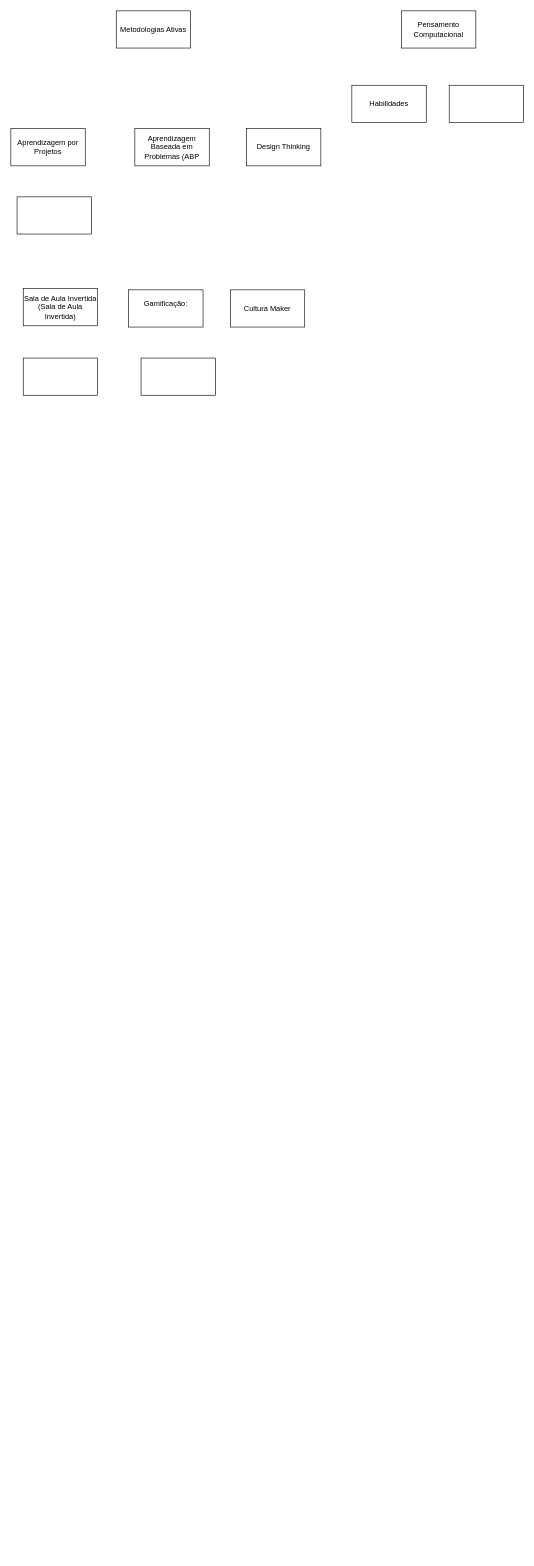
Above: Diagrama sem nome.drawio in RosianeSangali/RosianeSangali (draw.io), before the change. Source tidied: cells renumbered, new cells numbered last; positions are measured from the earlier drawing's top-left corner, leaving out a move shared by most shapes. Both pictures are drawn from the tidied source at 62%, with x=0, y=0 at pixel (11, 11).
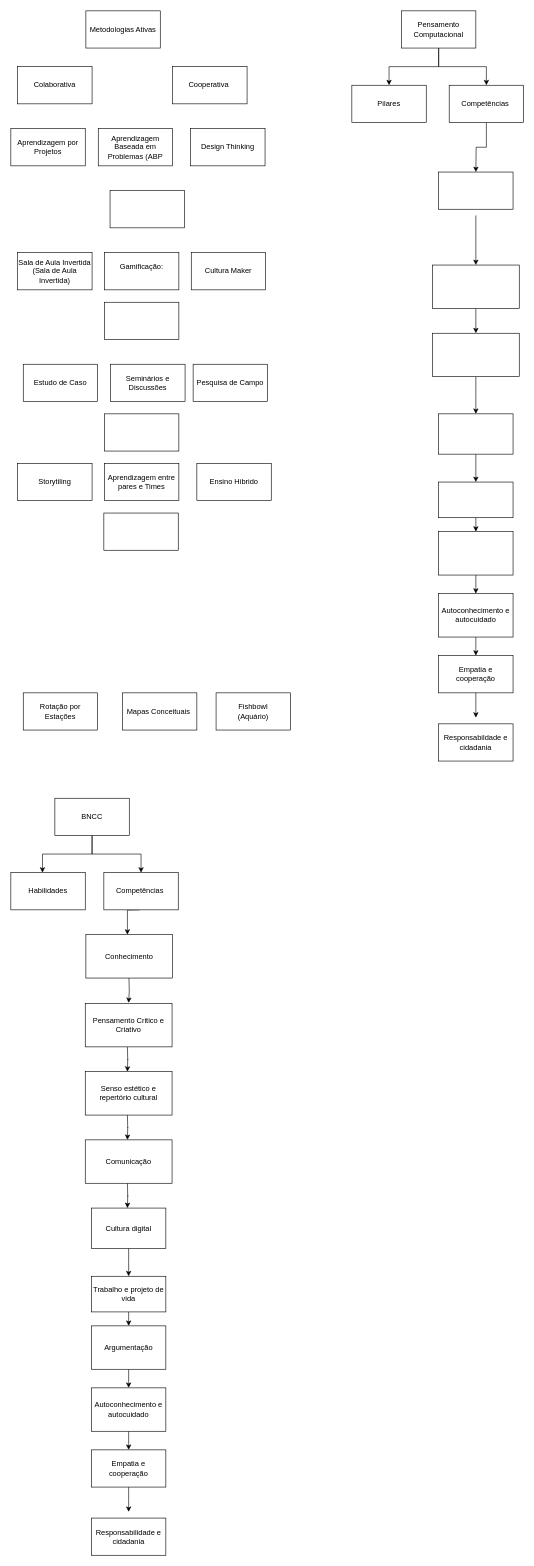
Above is the later version.

The change refers to these unchanged cells:
```xml
<mxCell id="3" value="Pensamento Computacional" style="rounded=0;whiteSpace=wrap;html=1;" parent="1" vertex="1">
  <mxGeometry x="630" width="120" height="60" as="geometry" />
</mxCell>
```

Diff of the diagram source:
```diff
@@
     <mxCell id="2" value="Metodologias Ativas" style="rounded=0;whiteSpace=wrap;html=1;" parent="1" vertex="1">
-      <mxGeometry x="170" width="120" height="60" as="geometry" />
+      <mxGeometry x="121" width="120" height="60" as="geometry" />
     </mxCell>
+    <mxCell id="15" style="edgeStyle=orthogonalEdgeStyle;rounded=0;jettySize=auto;html=1;" parent="1" edge="1" source="3" target="11">
+      <mxGeometry relative="1" as="geometry" />
+    </mxCell>
+    <mxCell id="16" style="edgeStyle=orthogonalEdgeStyle;rounded=0;jettySize=auto;html=1;entryX=0.5;entryY=0;entryDx=0;entryDy=0;" parent="1" edge="1" source="3" target="10">
+      <mxGeometry relative="1" as="geometry">
+        <Array as="points">
+          <mxPoint x="690" y="90" />
+          <mxPoint x="610" y="90" />
+        </Array>
+      </mxGeometry>
+    </mxCell>
@@
     <mxCell id="4" value="Aprendizagem Baseada em Problemas (ABP" style="rounded=0;whiteSpace=wrap;html=1;" parent="1" vertex="1">
-      <mxGeometry x="200" y="190" width="120" height="60" as="geometry" />
+      <mxGeometry x="141" y="190" width="120" height="60" as="geometry" />
     </mxCell>
@@
     <mxCell id="6" value="Sala de Aula Invertida (Sala de Aula Invertida)" style="rounded=0;whiteSpace=wrap;html=1;" parent="1" vertex="1">
-      <mxGeometry x="20" y="448" width="120" height="60" as="geometry" />
+      <mxGeometry x="11" y="390" width="120" height="60" as="geometry" />
     </mxCell>
     <mxCell id="7" value="&#10;Gamificação:&#10;&#10;" style="rounded=0;whiteSpace=wrap;html=1;" parent="1" vertex="1">
-      <mxGeometry x="190" y="450" width="120" height="60" as="geometry" />
+      <mxGeometry x="151" y="390" width="120" height="60" as="geometry" />
     </mxCell>
     <mxCell id="8" value="Design Thinking" style="rounded=0;whiteSpace=wrap;html=1;" parent="1" vertex="1">
-      <mxGeometry x="380" y="190" width="120" height="60" as="geometry" />
+      <mxGeometry x="290" y="190" width="120" height="60" as="geometry" />
     </mxCell>
     <mxCell id="9" value="Cultura Maker" style="rounded=0;whiteSpace=wrap;html=1;" parent="1" vertex="1">
-      <mxGeometry x="354" y="450" width="120" height="60" as="geometry" />
+      <mxGeometry x="291" y="390" width="120" height="60" as="geometry" />
     </mxCell>
-    <mxCell id="10" value="Habilidades" style="rounded=0;whiteSpace=wrap;html=1;" parent="1" vertex="1">
+    <mxCell id="10" value="Pilares" style="rounded=0;whiteSpace=wrap;html=1;" parent="1" vertex="1">
       <mxGeometry x="550" y="120" width="120" height="60" as="geometry" />
     </mxCell>
+    <mxCell id="17" style="edgeStyle=orthogonalEdgeStyle;rounded=0;jettySize=auto;html=1;" parent="1" edge="1" source="11">
+      <mxGeometry relative="1" as="geometry">
+        <mxPoint x="750" y="260" as="targetPoint" />
+      </mxGeometry>
+    </mxCell>
-    <mxCell id="11" style="rounded=0;whiteSpace=wrap;html=1;" parent="1" vertex="1">
+    <mxCell id="11" value="Competências&amp;nbsp;" style="rounded=0;whiteSpace=wrap;html=1;" parent="1" vertex="1">
       <mxGeometry x="707" y="120" width="120" height="60" as="geometry" />
     </mxCell>
     <mxCell id="12" style="rounded=0;whiteSpace=wrap;html=1;" parent="1" vertex="1">
-      <mxGeometry x="10" y="300" width="120" height="60" as="geometry" />
+      <mxGeometry x="160" y="290" width="120" height="60" as="geometry" />
     </mxCell>
-    <mxCell id="13" style="rounded=0;whiteSpace=wrap;html=1;" parent="1" vertex="1">
-      <mxGeometry x="20" y="560" width="120" height="60" as="geometry" />
+    <mxCell id="13" value="Estudo de Caso" style="rounded=0;whiteSpace=wrap;html=1;" parent="1" vertex="1">
+      <mxGeometry x="20" y="570" width="120" height="60" as="geometry" />
     </mxCell>
     <mxCell id="14" style="rounded=0;whiteSpace=wrap;html=1;" parent="1" vertex="1">
-      <mxGeometry x="210" y="560" width="120" height="60" as="geometry" />
+      <mxGeometry x="151" y="470" width="120" height="60" as="geometry" />
     </mxCell>
+    <mxCell id="18" value="Seminários e Discussões" style="rounded=0;whiteSpace=wrap;html=1;" parent="1" vertex="1">
+      <mxGeometry x="161" y="570" width="120" height="60" as="geometry" />
+    </mxCell>
+    <mxCell id="19" value="Pesquisa de Campo" style="rounded=0;whiteSpace=wrap;html=1;" parent="1" vertex="1">
+      <mxGeometry x="294" y="570" width="120" height="60" as="geometry" />
+    </mxCell>
+    <mxCell id="20" style="rounded=0;whiteSpace=wrap;html=1;" parent="1" vertex="1">
+      <mxGeometry x="151" y="650" width="120" height="60" as="geometry" />
+    </mxCell>
+    <mxCell id="21" value="Storytiling" style="rounded=0;whiteSpace=wrap;html=1;" parent="1" vertex="1">
+      <mxGeometry x="11" y="730" width="120" height="60" as="geometry" />
+    </mxCell>
+    <mxCell id="22" value="Aprendizagem entre pares e Times" style="rounded=0;whiteSpace=wrap;html=1;" parent="1" vertex="1">
+      <mxGeometry x="151" y="730" width="120" height="60" as="geometry" />
+    </mxCell>
+    <mxCell id="23" value="Ensino Hibrido" style="rounded=0;whiteSpace=wrap;html=1;" parent="1" vertex="1">
+      <mxGeometry x="300" y="730" width="120" height="60" as="geometry" />
+    </mxCell>
+    <mxCell id="24" style="rounded=0;whiteSpace=wrap;html=1;" parent="1" vertex="1">
+      <mxGeometry x="150" y="810" width="120" height="60" as="geometry" />
+    </mxCell>
+    <mxCell id="25" value="Rotação por Estações" style="rounded=0;whiteSpace=wrap;html=1;" parent="1" vertex="1">
+      <mxGeometry x="20" y="1100" width="120" height="60" as="geometry" />
+    </mxCell>
+    <mxCell id="26" value="Mapas Conceituais&amp;nbsp;" style="rounded=0;whiteSpace=wrap;html=1;" parent="1" vertex="1">
+      <mxGeometry x="180" y="1100" width="120" height="60" as="geometry" />
+    </mxCell>
+    <mxCell id="27" value="Fishbowl&lt;div&gt;(Aquário)&lt;/div&gt;" style="rounded=0;whiteSpace=wrap;html=1;" parent="1" vertex="1">
+      <mxGeometry x="331" y="1100" width="120" height="60" as="geometry" />
+    </mxCell>
+    <mxCell id="28" style="edgeStyle=orthogonalEdgeStyle;rounded=0;orthogonalLoop=1;jettySize=auto;html=1;" parent="1" edge="1">
+      <mxGeometry relative="1" as="geometry">
+        <mxPoint x="750" y="330" as="sourcePoint" />
+        <mxPoint x="750" y="410" as="targetPoint" />
+      </mxGeometry>
+    </mxCell>
+    <mxCell id="29" style="edgeStyle=orthogonalEdgeStyle;rounded=0;jettySize=auto;html=1;" parent="1" edge="1" source="30">
+      <mxGeometry relative="1" as="geometry">
+        <mxPoint x="750" y="520" as="targetPoint" />
+      </mxGeometry>
+    </mxCell>
+    <mxCell id="30" value="&lt;p class=&quot;MsoNormal&quot;&gt;&lt;br&gt;&lt;/p&gt;" style="rounded=0;whiteSpace=wrap;html=1;" parent="1" vertex="1">
+      <mxGeometry x="680" y="410" width="140" height="70" as="geometry" />
+    </mxCell>
+    <mxCell id="31" style="edgeStyle=orthogonalEdgeStyle;rounded=0;jettySize=auto;html=1;" parent="1" edge="1" source="32">
+      <mxGeometry relative="1" as="geometry">
+        <mxPoint x="750" y="650" as="targetPoint" />
+      </mxGeometry>
+    </mxCell>
+    <mxCell id="32" value="&lt;p class=&quot;MsoNormal&quot;&gt;&lt;br&gt;&lt;/p&gt;" style="rounded=0;whiteSpace=wrap;html=1;" parent="1" vertex="1">
+      <mxGeometry x="680" y="520" width="140" height="70" as="geometry" />
+    </mxCell>
+    <mxCell id="33" style="edgeStyle=orthogonalEdgeStyle;rounded=0;jettySize=auto;html=1;" parent="1" edge="1" source="34">
+      <mxGeometry relative="1" as="geometry">
+        <mxPoint x="750" y="760" as="targetPoint" />
+      </mxGeometry>
+    </mxCell>
+    <mxCell id="34" value="&lt;p class=&quot;MsoNormal&quot;&gt;&lt;br&gt;&lt;/p&gt;" style="whiteSpace=wrap;html=1;rounded=0;" parent="1" vertex="1">
+      <mxGeometry x="690" y="650" width="120" height="65" as="geometry" />
+    </mxCell>
+    <mxCell id="35" style="edgeStyle=orthogonalEdgeStyle;rounded=0;jettySize=auto;html=1;" parent="1" edge="1" source="36">
+      <mxGeometry relative="1" as="geometry">
+        <mxPoint x="750" y="840" as="targetPoint" />
+      </mxGeometry>
+    </mxCell>
+    <mxCell id="36" value="&lt;p class=&quot;MsoNormal&quot;&gt;&lt;br&gt;&lt;/p&gt;" style="whiteSpace=wrap;html=1;rounded=0;" parent="1" vertex="1">
+      <mxGeometry x="690" y="760" width="120" height="57.5" as="geometry" />
+    </mxCell>
+    <mxCell id="37" style="edgeStyle=orthogonalEdgeStyle;rounded=0;jettySize=auto;html=1;" parent="1" edge="1" source="38">
+      <mxGeometry relative="1" as="geometry">
+        <mxPoint x="750" y="940" as="targetPoint" />
+      </mxGeometry>
+    </mxCell>
+    <mxCell id="38" value="&lt;p class=&quot;MsoNormal&quot;&gt;&lt;br&gt;&lt;/p&gt;" style="whiteSpace=wrap;html=1;rounded=0;" parent="1" vertex="1">
+      <mxGeometry x="690" y="840" width="120" height="70" as="geometry" />
+    </mxCell>
+    <mxCell id="39" style="edgeStyle=orthogonalEdgeStyle;rounded=0;jettySize=auto;html=1;" parent="1" edge="1" source="40">
+      <mxGeometry relative="1" as="geometry">
+        <mxPoint x="750" y="1040" as="targetPoint" />
+      </mxGeometry>
+    </mxCell>
+    <mxCell id="40" value="&lt;p class=&quot;MsoNormal&quot;&gt;Autoconhecimento e autocuidado&lt;/p&gt;" style="whiteSpace=wrap;html=1;rounded=0;" parent="1" vertex="1">
+      <mxGeometry x="690" y="940" width="120" height="70" as="geometry" />
+    </mxCell>
+    <mxCell id="41" style="edgeStyle=orthogonalEdgeStyle;rounded=0;jettySize=auto;html=1;" parent="1" edge="1" source="42">
+      <mxGeometry relative="1" as="geometry">
+        <mxPoint x="750" y="1140" as="targetPoint" />
+      </mxGeometry>
+    </mxCell>
+    <mxCell id="42" value="&lt;p class=&quot;MsoNormal&quot;&gt;Empatia e cooperação&lt;/p&gt;" style="whiteSpace=wrap;html=1;rounded=0;" parent="1" vertex="1">
+      <mxGeometry x="690" y="1040" width="120" height="60" as="geometry" />
+    </mxCell>
+    <mxCell id="43" value="&lt;p class=&quot;MsoNormal&quot;&gt;Responsabildade e cidadania&lt;/p&gt;" style="whiteSpace=wrap;html=1;rounded=0;" parent="1" vertex="1">
+      <mxGeometry x="690" y="1150" width="120" height="60" as="geometry" />
+    </mxCell>
+    <mxCell id="44" value="Colaborativa" style="whiteSpace=wrap;html=1;rounded=0;" parent="1" vertex="1">
+      <mxGeometry x="11" y="90" width="120" height="60" as="geometry" />
+    </mxCell>
+    <mxCell id="45" value="Cooperativa&amp;nbsp;" style="whiteSpace=wrap;html=1;rounded=0;" parent="1" vertex="1">
+      <mxGeometry x="261" y="90" width="120" height="60" as="geometry" />
+    </mxCell>
+    <mxCell id="46" style="edgeStyle=orthogonalEdgeStyle;rounded=0;jettySize=auto;html=1;entryX=0.5;entryY=0;entryDx=0;entryDy=0;" parent="1" edge="1" source="48">
+      <mxGeometry relative="1" as="geometry">
+        <mxPoint x="51" y="1390" as="targetPoint" />
+        <Array as="points">
+          <mxPoint x="131" y="1360" />
+          <mxPoint x="51" y="1360" />
+        </Array>
+      </mxGeometry>
+    </mxCell>
+    <mxCell id="47" style="edgeStyle=orthogonalEdgeStyle;rounded=0;jettySize=auto;html=1;entryX=0.5;entryY=0;entryDx=0;entryDy=0;" parent="1" edge="1" source="48" target="66">
+      <mxGeometry relative="1" as="geometry" />
+    </mxCell>
+    <mxCell id="48" value="BNCC" style="rounded=0;whiteSpace=wrap;html=1;" parent="1" vertex="1">
+      <mxGeometry x="71" y="1270" width="120" height="60" as="geometry" />
+    </mxCell>
+    <mxCell id="49" style="edgeStyle=orthogonalEdgeStyle;rounded=0;orthogonalLoop=1;jettySize=auto;html=1;" parent="1" edge="1">
+      <mxGeometry relative="1" as="geometry">
+        <mxPoint x="208" y="1450" as="sourcePoint" />
+        <mxPoint x="188" y="1490" as="targetPoint" />
+      </mxGeometry>
+    </mxCell>
+    <mxCell id="50" style="edgeStyle=orthogonalEdgeStyle;rounded=0;orthogonalLoop=1;jettySize=auto;html=1;" parent="1" edge="1">
+      <mxGeometry relative="1" as="geometry">
+        <mxPoint x="190.5" y="1560" as="sourcePoint" />
+        <mxPoint x="190" y="1600" as="targetPoint" />
+      </mxGeometry>
+    </mxCell>
+    <mxCell id="51" style="edgeStyle=orthogonalEdgeStyle;rounded=0;orthogonalLoop=1;jettySize=auto;html=1;" parent="1" edge="1">
+      <mxGeometry relative="1" as="geometry">
+        <mxPoint x="188" y="1671" as="sourcePoint" />
+        <mxPoint x="188" y="1711" as="targetPoint" />
+      </mxGeometry>
+    </mxCell>
+    <mxCell id="52" style="edgeStyle=orthogonalEdgeStyle;rounded=0;orthogonalLoop=1;jettySize=auto;html=1;" parent="1" edge="1">
+      <mxGeometry relative="1" as="geometry">
+        <mxPoint x="188" y="1781" as="sourcePoint" />
+        <mxPoint x="188" y="1821" as="targetPoint" />
+      </mxGeometry>
+    </mxCell>
+    <mxCell id="53" style="edgeStyle=orthogonalEdgeStyle;rounded=0;orthogonalLoop=1;jettySize=auto;html=1;" parent="1" edge="1">
+      <mxGeometry relative="1" as="geometry">
+        <mxPoint x="188" y="1891" as="sourcePoint" />
+        <mxPoint x="188" y="1931" as="targetPoint" />
+      </mxGeometry>
+    </mxCell>
+    <mxCell id="54" style="edgeStyle=orthogonalEdgeStyle;rounded=0;jettySize=auto;html=1;" parent="1" edge="1" source="55">
+      <mxGeometry relative="1" as="geometry">
+        <mxPoint x="190" y="2041" as="targetPoint" />
+      </mxGeometry>
+    </mxCell>
+    <mxCell id="55" value="&lt;p class=&quot;MsoNormal&quot;&gt;Cultura digital&lt;/p&gt;" style="whiteSpace=wrap;html=1;rounded=0;" parent="1" vertex="1">
+      <mxGeometry x="130" y="1931" width="120" height="65" as="geometry" />
+    </mxCell>
+    <mxCell id="56" style="edgeStyle=orthogonalEdgeStyle;rounded=0;jettySize=auto;html=1;" parent="1" edge="1" source="57">
+      <mxGeometry relative="1" as="geometry">
+        <mxPoint x="190" y="2121" as="targetPoint" />
+      </mxGeometry>
+    </mxCell>
+    <mxCell id="57" value="&lt;p class=&quot;MsoNormal&quot;&gt;Trabalho e projeto de vida&lt;/p&gt;" style="whiteSpace=wrap;html=1;rounded=0;" parent="1" vertex="1">
+      <mxGeometry x="130" y="2041" width="120" height="57.5" as="geometry" />
+    </mxCell>
+    <mxCell id="58" style="edgeStyle=orthogonalEdgeStyle;rounded=0;jettySize=auto;html=1;" parent="1" edge="1" source="59">
+      <mxGeometry relative="1" as="geometry">
+        <mxPoint x="190" y="2221" as="targetPoint" />
+      </mxGeometry>
+    </mxCell>
+    <mxCell id="59" value="&lt;div&gt;&lt;p class=&quot;MsoNormal&quot;&gt;Argumentação&lt;/p&gt;&lt;/div&gt;" style="whiteSpace=wrap;html=1;rounded=0;" parent="1" vertex="1">
+      <mxGeometry x="130" y="2121" width="120" height="70" as="geometry" />
+    </mxCell>
+    <mxCell id="60" style="edgeStyle=orthogonalEdgeStyle;rounded=0;jettySize=auto;html=1;" parent="1" edge="1" source="61">
+      <mxGeometry relative="1" as="geometry">
+        <mxPoint x="190" y="2321" as="targetPoint" />
+      </mxGeometry>
+    </mxCell>
+    <mxCell id="61" value="&lt;p class=&quot;MsoNormal&quot;&gt;Autoconhecimento e autocuidado&lt;/p&gt;" style="whiteSpace=wrap;html=1;rounded=0;" parent="1" vertex="1">
+      <mxGeometry x="130" y="2221" width="120" height="70" as="geometry" />
+    </mxCell>
+    <mxCell id="62" style="edgeStyle=orthogonalEdgeStyle;rounded=0;jettySize=auto;html=1;" parent="1" edge="1" source="63">
+      <mxGeometry relative="1" as="geometry">
+        <mxPoint x="190" y="2421" as="targetPoint" />
+      </mxGeometry>
+    </mxCell>
+    <mxCell id="63" value="&lt;p class=&quot;MsoNormal&quot;&gt;Empatia e cooperação&lt;/p&gt;" style="whiteSpace=wrap;html=1;rounded=0;" parent="1" vertex="1">
+      <mxGeometry x="130" y="2321" width="120" height="60" as="geometry" />
+    </mxCell>
+    <mxCell id="64" value="&lt;p class=&quot;MsoNormal&quot;&gt;Responsabilidade e cidadania&lt;/p&gt;" style="whiteSpace=wrap;html=1;rounded=0;" parent="1" vertex="1">
+      <mxGeometry x="130" y="2431" width="120" height="60" as="geometry" />
+    </mxCell>
+    <mxCell id="65" value="Habilidades" style="rounded=0;whiteSpace=wrap;html=1;" parent="1" vertex="1">
+      <mxGeometry y="1390" width="120" height="60" as="geometry" />
+    </mxCell>
+    <mxCell id="66" value="Competências&amp;nbsp;" style="rounded=0;whiteSpace=wrap;html=1;" parent="1" vertex="1">
+      <mxGeometry x="150" y="1390" width="120" height="60" as="geometry" />
+    </mxCell>
+    <mxCell id="67" value="Conhecimento" style="rounded=0;whiteSpace=wrap;html=1;" parent="1" vertex="1">
+      <mxGeometry x="121" y="1490" width="140" height="70" as="geometry" />
+    </mxCell>
+    <mxCell id="68" value="Pensamento Critico e Criativo" style="rounded=0;whiteSpace=wrap;html=1;" parent="1" vertex="1">
+      <mxGeometry x="120" y="1601" width="140" height="70" as="geometry" />
+    </mxCell>
+    <mxCell id="69" value="&lt;p class=&quot;MsoNormal&quot;&gt;Senso estético e repertório cultural&lt;/p&gt;" style="rounded=0;whiteSpace=wrap;html=1;" parent="1" vertex="1">
+      <mxGeometry x="120" y="1711" width="140" height="70" as="geometry" />
+    </mxCell>
+    <mxCell id="70" value="&lt;p class=&quot;MsoNormal&quot;&gt;Comunicação&lt;/p&gt;" style="rounded=0;whiteSpace=wrap;html=1;" parent="1" vertex="1">
+      <mxGeometry x="120" y="1821" width="140" height="70" as="geometry" />
+    </mxCell>
+    <mxCell id="71" style="rounded=0;whiteSpace=wrap;html=1;" parent="1" vertex="1">
+      <mxGeometry x="690" y="260" width="120" height="60" as="geometry" />
+    </mxCell>
```
